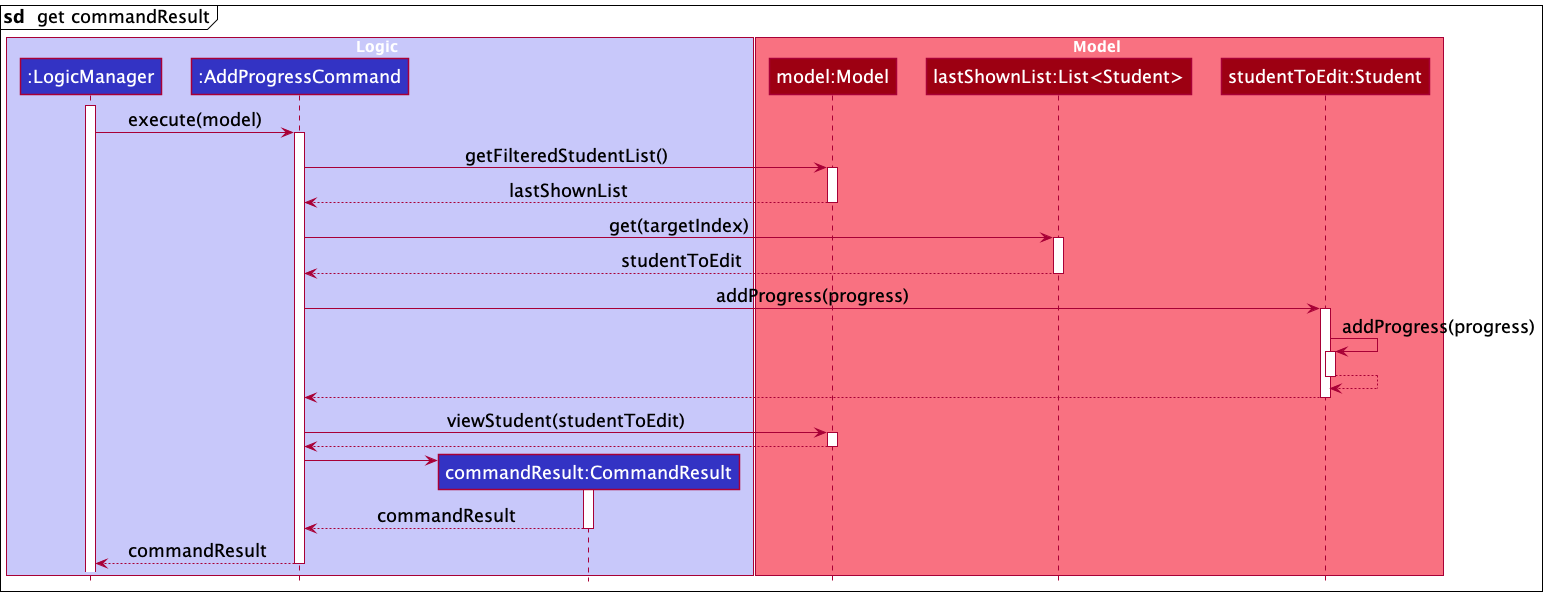
This is docs/images/AddProgressToStudentSequenceDiagram.png from nus-cs2103-AY2122S1/tp, a PlantUML export, as it was before one commit.
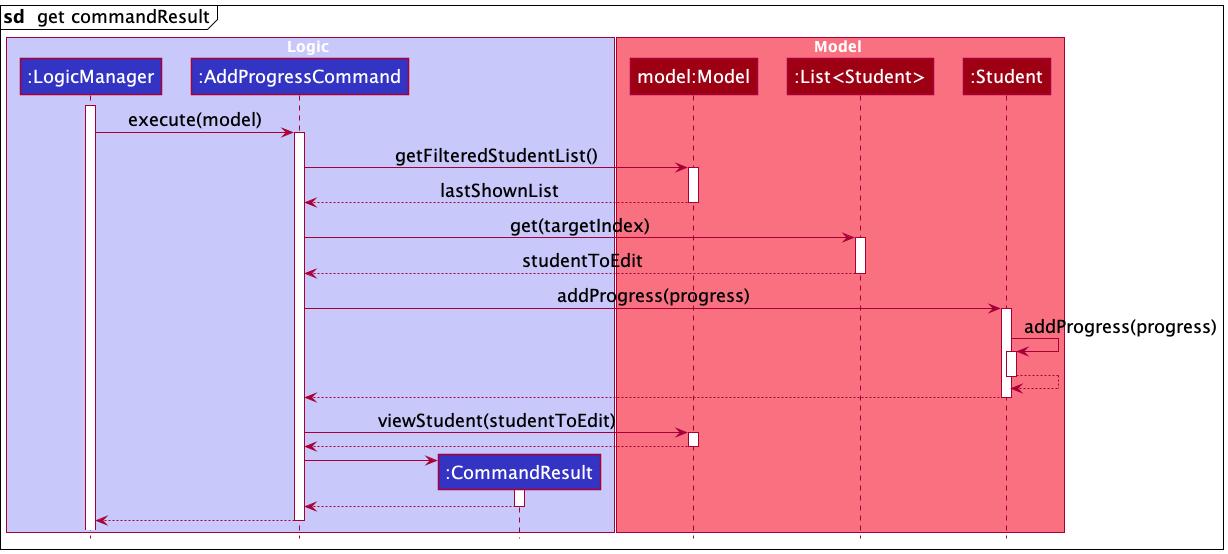
Later version of the same file.

Commit message:
Update UML diagrams

The edit, as a diff of the source:
```diff
@@ -11,13 +11,13 @@
 box Logic LOGIC_COLOR_T1
 participant ":LogicManager" as LogicManager LOGIC_COLOR
 participant ":AddProgressCommand" as AddProgressCommand LOGIC_COLOR
-participant "commandResult:CommandResult" as CommandResult LOGIC_COLOR
+participant ":CommandResult" as CommandResult LOGIC_COLOR
 end box
 
 box Model MODEL_COLOR_T1
 participant "model:Model" as Model MODEL_COLOR
-participant "lastShownList:List<Student>" as List MODEL_COLOR
-participant "studentToEdit:Student" as Student MODEL_COLOR
+participant ":List<Student>" as List MODEL_COLOR
+participant ":Student" as Student MODEL_COLOR
 end box
 
 activate LogicManager
@@ -58,9 +58,9 @@
 AddProgressCommand -> CommandResult
 activate CommandResult
 
-CommandResult --> AddProgressCommand : commandResult
+CommandResult --> AddProgressCommand
 deactivate CommandResult
 
-LogicManager <-- AddProgressCommand : commandResult
+LogicManager <-- AddProgressCommand
 deactivate AddProgressCommand
 @enduml
```
